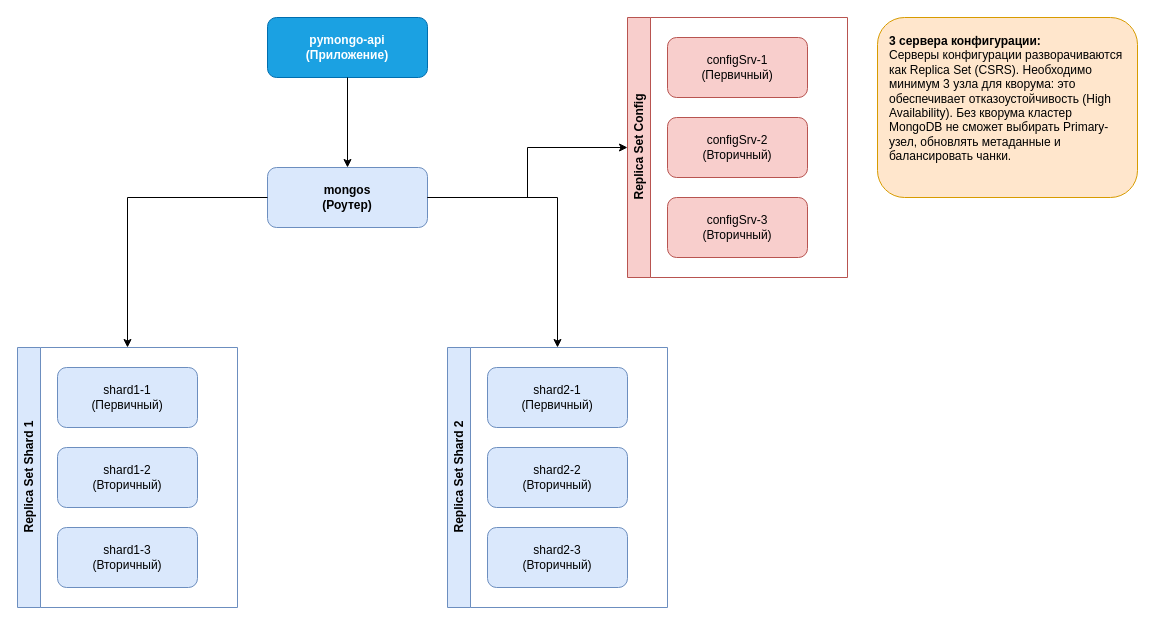
Before: page "2. Replication" (2 of 5) of diagrams/task1.drawio in akrasnikov-practicum-yandex/architecture-black_friday, a draw.io diagram. Source tidied: cells renumbered, new cells numbered last; positions are measured from the earlier drawing's top-left corner, leaving out a move shared by most shapes. Both pictures are drawn from the tidied source at 100%, with x=0, y=0 at pixel (17, 17).
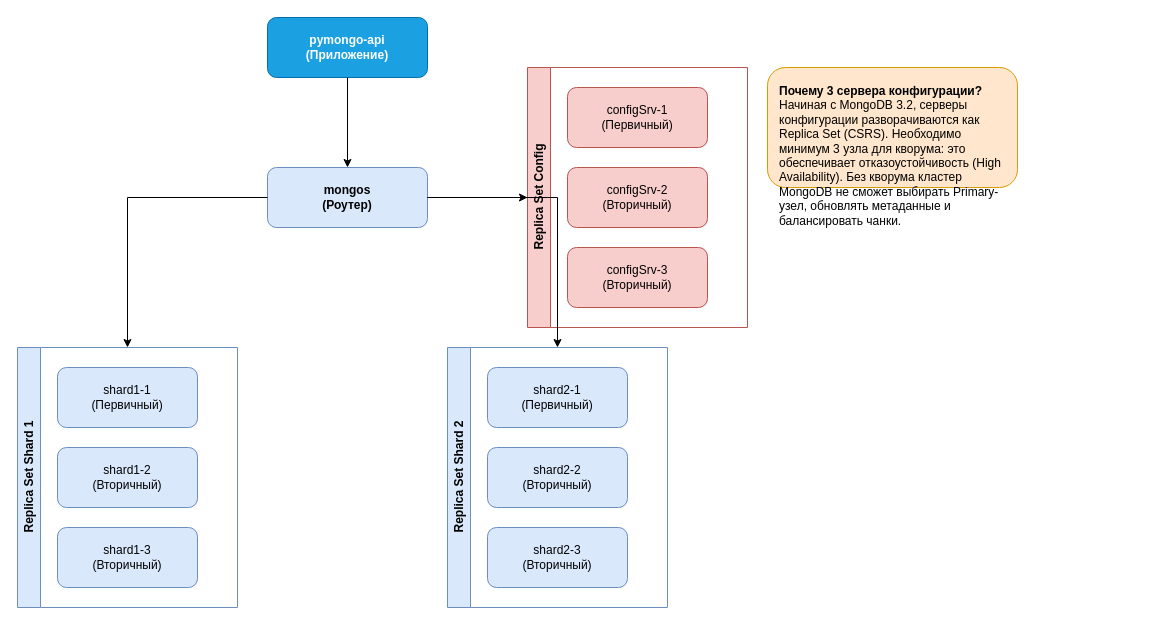
After the change.

Change to the diagram source:
```diff
@@
     <mxCell id="4" value="Replica Set Config" style="swimlane;horizontal=0;whiteSpace=wrap;html=1;fillColor=#f8cecc;strokeColor=#b85450;fontStyle=1;" parent="1" vertex="1">
-      <mxGeometry x="610" width="220" height="260" as="geometry" />
+      <mxGeometry x="510" y="50" width="220" height="260" as="geometry" />
     </mxCell>
@@
-    <mxCell id="8" value="&lt;b&gt;3 сервера конфигурации:&lt;/b&gt;&lt;br&gt;Cерверы конфигурации разворачиваются как Replica Set (CSRS). Необходимо минимум 3 узла для кворума: это обеспечивает отказоустойчивость (High Availability). Без кворума кластер MongoDB не сможет выбирать Primary-узел, обновлять метаданные и балансировать чанки." style="text;html=1;strokeColor=#d79b00;fillColor=#ffe6cc;align=left;verticalAlign=top;whiteSpace=wrap;rounded=1;fontColor=#000000;spacingLeft=10;spacingTop=10;spacingRight=10;spacingBottom=10;" parent="1" vertex="1">
-      <mxGeometry x="860" width="260" height="180" as="geometry" />
+    <mxCell id="8" value="&lt;b&gt;Почему 3 сервера конфигурации?&lt;/b&gt;&lt;br&gt;Начиная с MongoDB 3.2, серверы конфигурации разворачиваются как Replica Set (CSRS). Необходимо минимум 3 узла для кворума: это обеспечивает отказоустойчивость (High Availability). Без кворума кластер MongoDB не сможет выбирать Primary-узел, обновлять метаданные и балансировать чанки." style="text;html=1;strokeColor=#d79b00;fillColor=#ffe6cc;align=left;verticalAlign=top;whiteSpace=wrap;rounded=1;fontColor=#000000;spacingLeft=10;spacingTop=10;spacingRight=10;spacingBottom=10;" parent="1" vertex="1">
+      <mxGeometry x="750" y="50" width="250" height="120" as="geometry" />
     </mxCell>
```
